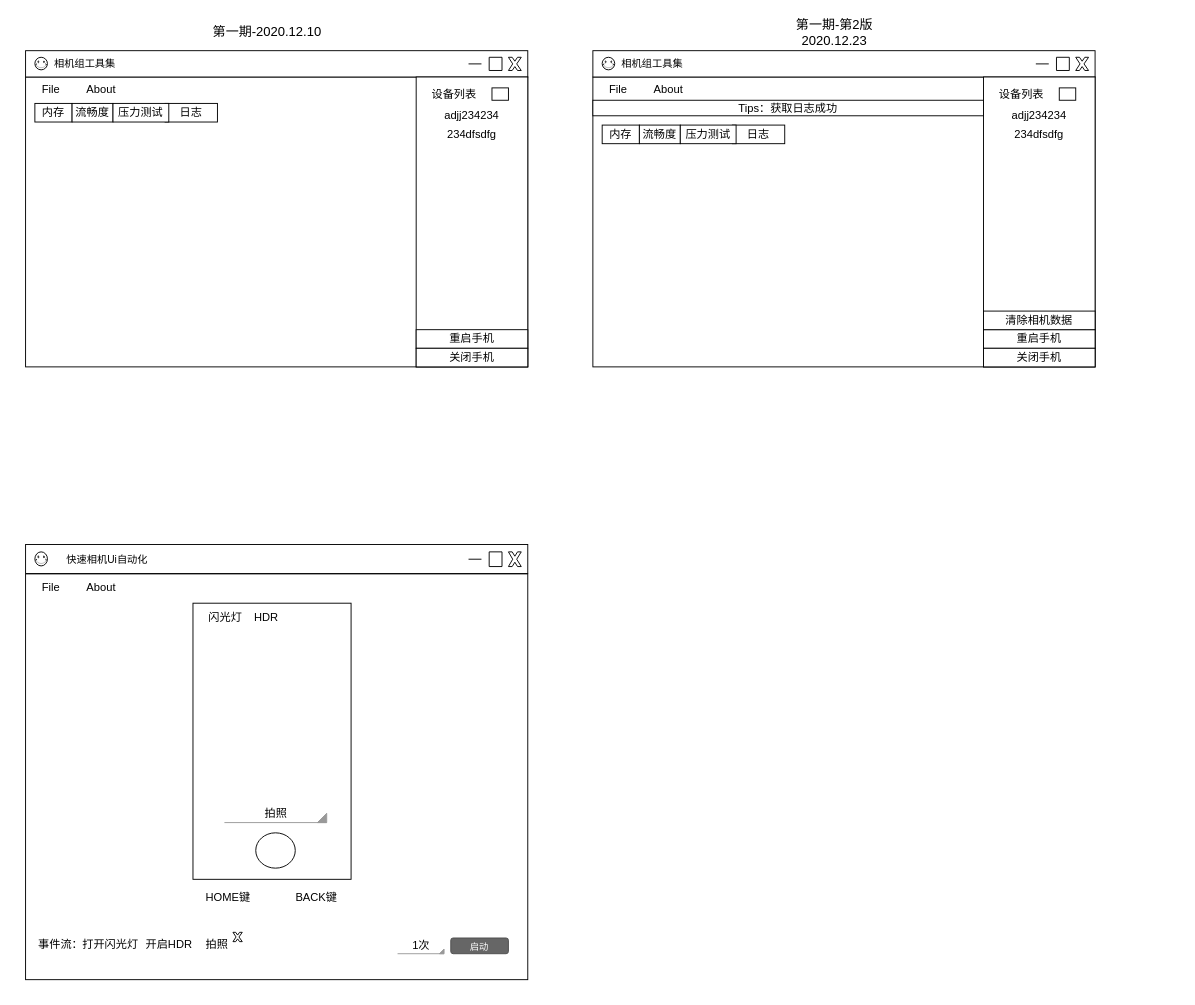
Above: xiaomi_pc_tools.drawio in cadi2015/drawIO (draw.io), before the change. Source tidied: cells renumbered, new cells numbered last; positions are measured from the earlier drawing's top-left corner, leaving out a move shared by most shapes. Both pictures are drawn from the tidied source at 93%, with x=0, y=0 at pixel (16, 22).
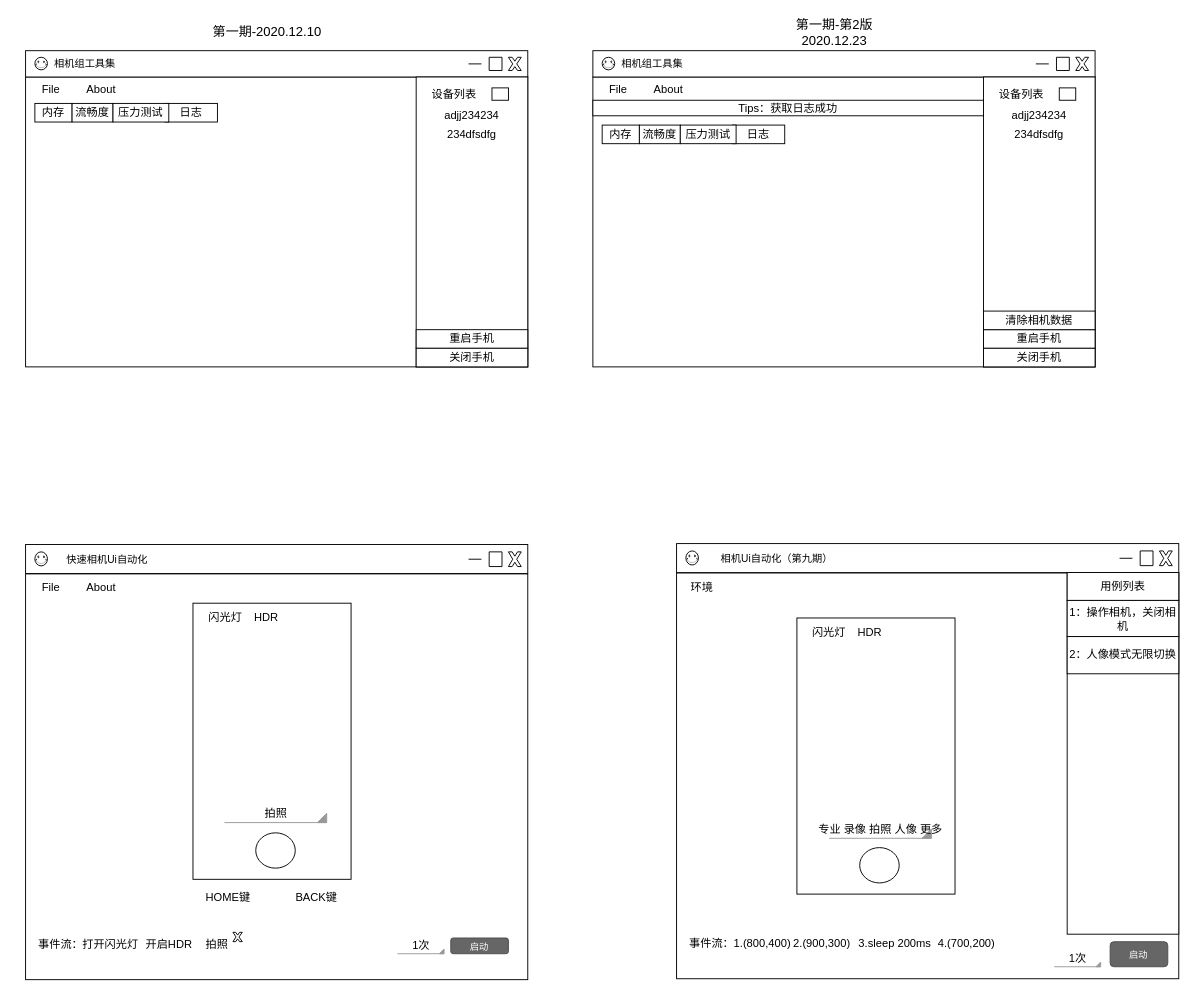
The same page after the edit.

Diff of the diagram source:
```diff
@@
+    <mxCell id="72" style="group;" parent="1" vertex="1">
+      <mxGeometry x="710" y="560" width="540" height="479" as="geometry" />
+    </mxCell>
+    <mxCell id="73" style="rounded=0;whiteSpace=wrap;html=1;" parent="72" vertex="1">
+      <mxGeometry y="31.6" width="540" height="436.3" as="geometry" />
+    </mxCell>
+    <mxCell id="74" style="rounded=0;whiteSpace=wrap;html=1;" parent="72" vertex="1">
+      <mxGeometry width="540" height="31.2" as="geometry" />
+    </mxCell>
+    <mxCell id="75" style="verticalLabelPosition=bottom;verticalAlign=top;html=1;shape=mxgraph.basic.x;" parent="72" vertex="1">
+      <mxGeometry x="519.2" y="7.9" width="13.8" height="15.8" as="geometry" />
+    </mxCell>
+    <mxCell id="76" style="verticalLabelPosition=bottom;verticalAlign=top;html=1;shape=mxgraph.basic.rect;fillColor2=none;strokeWidth=1;size=20;indent=5;" parent="72" vertex="1">
+      <mxGeometry x="498.5" y="7.9" width="13.8" height="15.8" as="geometry" />
+    </mxCell>
+    <mxCell id="77" style="endArrow=none;html=1;" parent="72" edge="1">
+      <mxGeometry relative="1" as="geometry">
+        <mxPoint x="476.3" y="15.8" as="sourcePoint" />
+        <mxPoint x="490.2" y="15.8" as="targetPoint" />
+      </mxGeometry>
+    </mxCell>
+    <mxCell id="78" value="&lt;span style=&quot;font-size: 11px&quot;&gt;相机Ui自动化（第九期）&lt;/span&gt;" style="text;html=1;strokeColor=none;fillColor=none;align=center;verticalAlign=middle;whiteSpace=wrap;rounded=0;" parent="72" vertex="1">
+      <mxGeometry x="24.5" width="165.5" height="31.6" as="geometry" />
+    </mxCell>
+    <mxCell id="79" value="环境" style="text;html=1;strokeColor=none;fillColor=none;align=center;verticalAlign=middle;whiteSpace=wrap;rounded=0;" parent="72" vertex="1">
+      <mxGeometry y="31.6" width="55.4" height="31.6" as="geometry" />
+    </mxCell>
+    <mxCell id="80" style="verticalLabelPosition=bottom;verticalAlign=top;html=1;shape=mxgraph.basic.smiley;" parent="72" vertex="1">
+      <mxGeometry x="10" y="7.9" width="13.5" height="15.1" as="geometry" />
+    </mxCell>
+    <mxCell id="81" style="rounded=0;whiteSpace=wrap;html=1;" parent="72" vertex="1">
+      <mxGeometry x="129.4" y="80" width="170" height="296.9" as="geometry" />
+    </mxCell>
+    <mxCell id="82" style="verticalLabelPosition=bottom;verticalAlign=top;html=1;shape=mxgraph.basic.donut;dx=25;" parent="72" vertex="1">
+      <mxGeometry x="196.9" y="326.9" width="42.5" height="38" as="geometry" />
+    </mxCell>
+    <mxCell id="83" value="专业 录像 拍照 人像 更多" style="strokeWidth=1;html=1;shadow=0;dashed=0;shape=mxgraph.android.spinner2;align=center;fillColor=#999999;strokeColor=#999999;verticalAlign=bottom;" parent="72" vertex="1">
+      <mxGeometry x="164" y="306.9" width="110" height="10" as="geometry" />
+    </mxCell>
+    <mxCell id="84" value="事件流：" style="text;html=1;strokeColor=none;fillColor=none;align=center;verticalAlign=middle;whiteSpace=wrap;rounded=0;" parent="72" vertex="1">
+      <mxGeometry x="-10" y="409" width="96" height="41" as="geometry" />
+    </mxCell>
+    <mxCell id="85" value="1.(800,400)" style="text;html=1;strokeColor=none;fillColor=none;align=center;verticalAlign=middle;whiteSpace=wrap;rounded=0;" parent="72" vertex="1">
+      <mxGeometry x="56.4" y="419.5" width="73" height="20" as="geometry" />
+    </mxCell>
+    <mxCell id="86" value="2.(900,300)" style="text;html=1;strokeColor=none;fillColor=none;align=center;verticalAlign=middle;whiteSpace=wrap;rounded=0;" parent="72" vertex="1">
+      <mxGeometry x="120.4" y="419.5" width="73" height="20" as="geometry" />
+    </mxCell>
+    <mxCell id="87" value="闪光灯" style="text;html=1;strokeColor=none;fillColor=none;align=center;verticalAlign=middle;whiteSpace=wrap;rounded=0;" parent="72" vertex="1">
+      <mxGeometry x="139.4" y="85.9" width="50" height="20" as="geometry" />
+    </mxCell>
+    <mxCell id="88" value="HDR" style="text;html=1;strokeColor=none;fillColor=none;align=center;verticalAlign=middle;whiteSpace=wrap;rounded=0;" parent="72" vertex="1">
+      <mxGeometry x="188.4" y="85.9" width="40" height="20" as="geometry" />
+    </mxCell>
+    <mxCell id="89" value="1次" style="strokeWidth=1;html=1;shadow=0;dashed=0;shape=mxgraph.android.spinner2;align=center;fillColor=#999999;strokeColor=#999999;verticalAlign=bottom;" parent="72" vertex="1">
+      <mxGeometry x="406" y="425" width="50" height="30" as="geometry" />
+    </mxCell>
+    <mxCell id="90" value="启动" style="rounded=1;html=1;shadow=0;dashed=0;whiteSpace=wrap;fontSize=10;fillColor=#666666;align=center;strokeColor=#4D4D4D;fontColor=#ffffff;" parent="72" vertex="1">
+      <mxGeometry x="466.2" y="428.1" width="62" height="26.9" as="geometry" />
+    </mxCell>
+    <mxCell id="91" style="rounded=0;whiteSpace=wrap;html=1;" parent="72" vertex="1">
+      <mxGeometry x="420" y="31.6" width="120" height="388.4" as="geometry" />
+    </mxCell>
+    <mxCell id="92" value="用例列表" style="rounded=0;whiteSpace=wrap;html=1;" parent="72" vertex="1">
+      <mxGeometry x="420" y="31.1" width="120" height="30" as="geometry" />
+    </mxCell>
+    <mxCell id="93" value="1：操作相机，关闭相机" style="rounded=0;whiteSpace=wrap;html=1;" parent="72" vertex="1">
+      <mxGeometry x="420" y="61.1" width="120" height="38.9" as="geometry" />
+    </mxCell>
+    <mxCell id="94" value="2：人像模式无限切换" style="rounded=0;whiteSpace=wrap;html=1;" parent="72" vertex="1">
+      <mxGeometry x="420" y="100" width="120" height="40" as="geometry" />
+    </mxCell>
+    <mxCell id="95" value="3.sleep 200ms" style="text;html=1;strokeColor=none;fillColor=none;align=center;verticalAlign=middle;whiteSpace=wrap;rounded=0;" parent="72" vertex="1">
+      <mxGeometry x="190" y="419.5" width="90" height="20" as="geometry" />
+    </mxCell>
+    <mxCell id="96" value="4.(700,200)" style="text;html=1;strokeColor=none;fillColor=none;align=center;verticalAlign=middle;whiteSpace=wrap;rounded=0;" parent="72" vertex="1">
+      <mxGeometry x="267" y="419.5" width="90" height="20" as="geometry" />
+    </mxCell>
```
